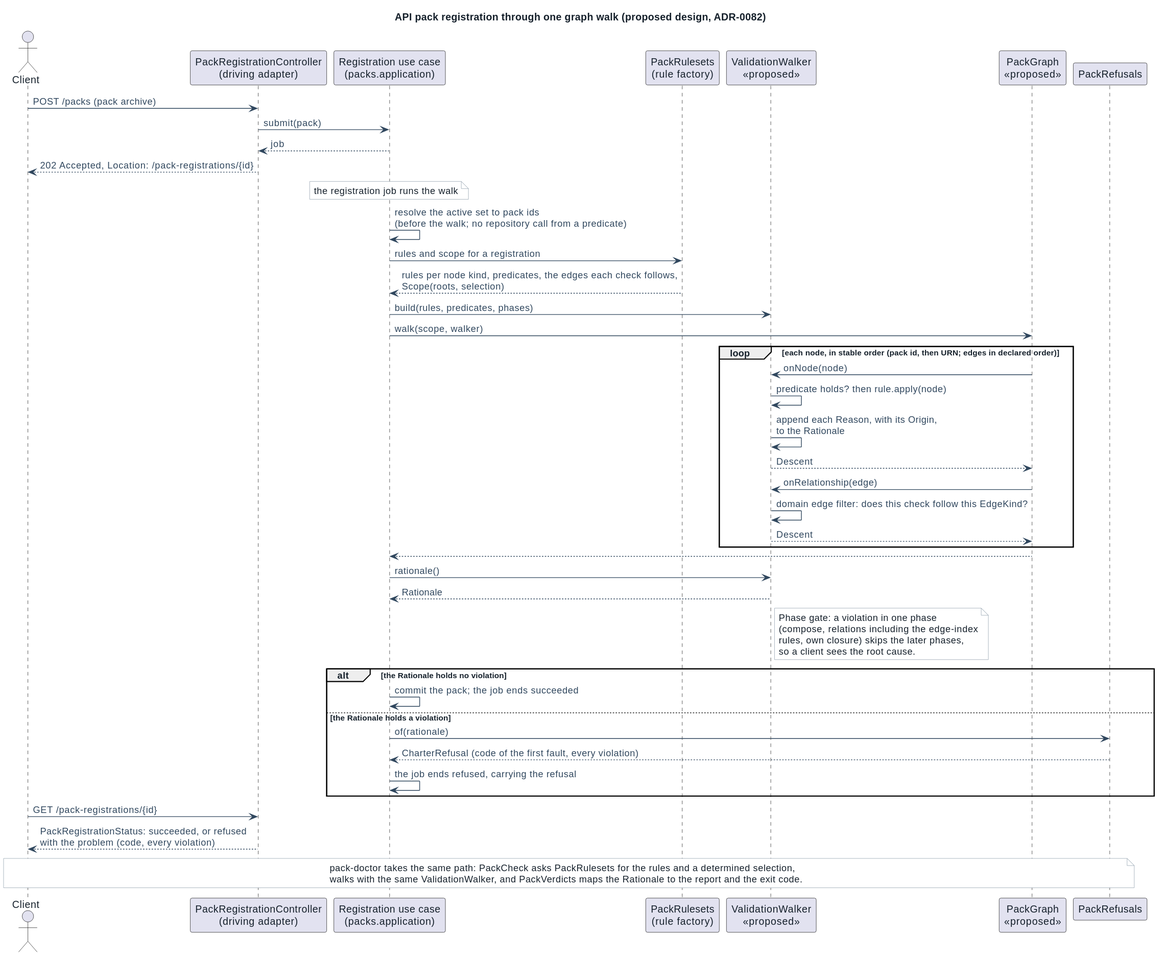
Earlier version of the PlantUML export docs/architecture/diagrams/graph-walk-sequence.svg (spec-kitty/spec-kitty-charter). Its diagram source:
```plantuml
@startuml
!include _style.iuml
title API pack registration through one graph walk (proposed design, ADR-0082)

actor Client
participant "PackRegistrationController\n(driving adapter)" as API
participant "Registration use case\n(packs.application)" as App
participant "PackRulesets\n(rule factory)" as Factory
participant "ValidationWalker\n<<proposed>>" as Walker
participant "PackGraph\n<<proposed>>" as Graph
participant "PackRefusals" as Refusals

Client -> API : POST /packs (pack archive)
API -> App : submit(pack)
App --> API : job
API --> Client : 202 Accepted, Location: /pack-registrations/{id}
note over App : the registration job runs the walk
App -> App : resolve the active set to pack ids\n(before the walk; no repository call from a predicate)
App -> Factory : rules and scope for a registration
Factory --> App : rules per node kind, predicates, the edges each check follows,\nScope(roots, selection)
App -> Walker : build(rules, predicates, phases)
App -> Graph : walk(scope, walker)
loop each node, in stable order (pack id, then URN; edges in declared order)
  Graph -> Walker : onNode(node)
  Walker -> Walker : predicate holds? then rule.apply(node)
  Walker -> Walker : append each Reason, with its Origin,\nto the Rationale
  Walker --> Graph : Descent
  Graph -> Walker : onRelationship(edge)
  Walker -> Walker : domain edge filter: does this check follow this EdgeKind?
  Walker --> Graph : Descent
end
Graph --> App
App -> Walker : rationale()
Walker --> App : Rationale
note right of Walker
  Phase gate: a violation in one phase
  (compose, relations including the edge-index
  rules, own closure) skips the later phases,
  so a client sees the root cause.
end note

alt the Rationale holds no violation
  App -> App : commit the pack; the job ends succeeded
else the Rationale holds a violation
  App -> Refusals : of(rationale)
  Refusals --> App : CharterRefusal (code of the first fault, every violation)
  App -> App : the job ends refused, carrying the refusal
end
Client -> API : GET /pack-registrations/{id}
API --> Client : PackRegistrationStatus: succeeded, or refused\nwith the problem (code, every violation)

note over Client, Refusals
  pack-doctor takes the same path: PackCheck asks PackRulesets for the rules and a determined selection,
  walks with the same ValidationWalker, and PackVerdicts maps the Rationale to the report and the exit code.
end note
@enduml
```
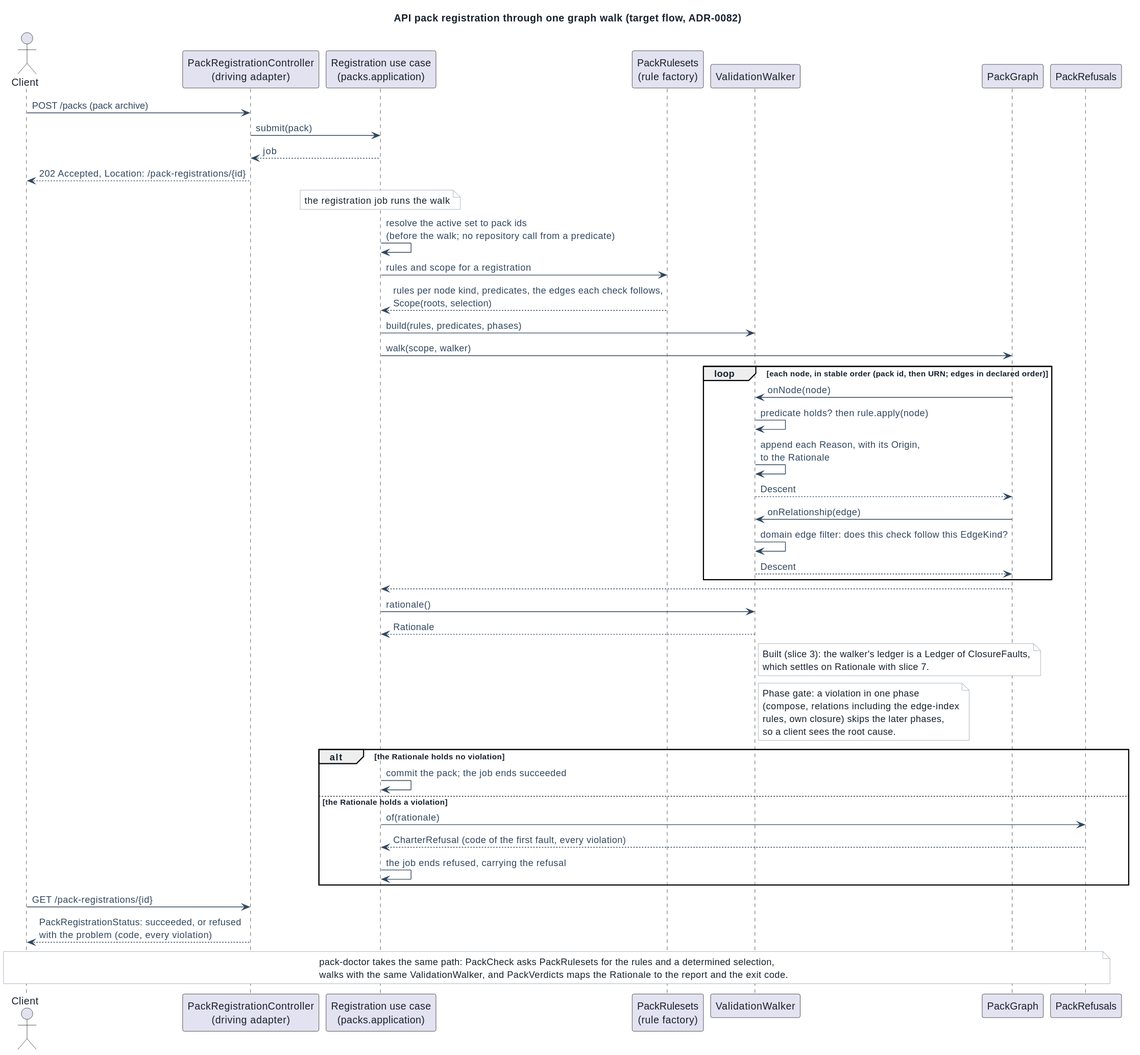
Above is the later version.

Commit message:
docs(packs): record slice 3 as built, redraw the graph-walk diagrams and add its changelog (#638)

Diff of the diagram source:
```diff
@@ -1,13 +1,13 @@
 @startuml
 !include _style.iuml
-title API pack registration through one graph walk (proposed design, ADR-0082)
+title API pack registration through one graph walk (target flow, ADR-0082)
 
 actor Client
 participant "PackRegistrationController\n(driving adapter)" as API
 participant "Registration use case\n(packs.application)" as App
 participant "PackRulesets\n(rule factory)" as Factory
-participant "ValidationWalker\n<<proposed>>" as Walker
-participant "PackGraph\n<<proposed>>" as Graph
+participant "ValidationWalker" as Walker
+participant "PackGraph" as Graph
 participant "PackRefusals" as Refusals
 
 Client -> API : POST /packs (pack archive)
@@ -33,6 +33,10 @@
 App -> Walker : rationale()
 Walker --> App : Rationale
 note right of Walker
+  Built (slice 3): the walker's ledger is a Ledger of ClosureFaults,
+  which settles on Rationale with slice 7.
+end note
+note right of Walker
   Phase gate: a violation in one phase
   (compose, relations including the edge-index
   rules, own closure) skips the later phases,
```
